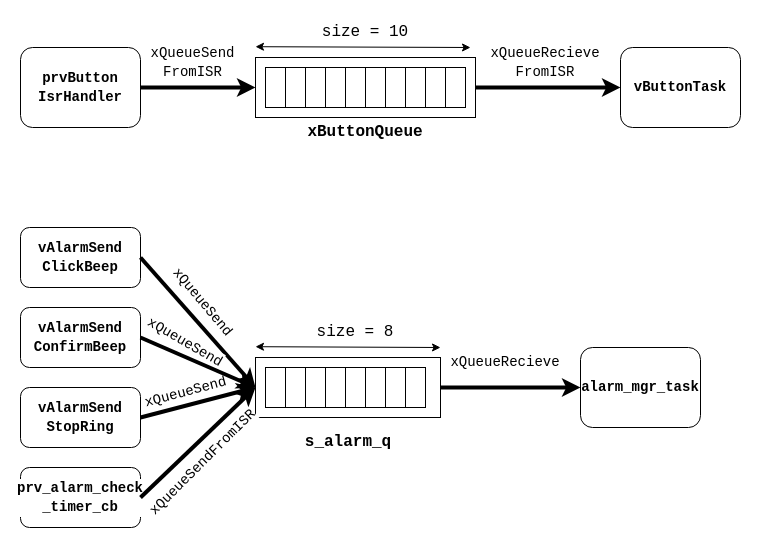
The draw.io diagram page "Queue" (13 of 17) of UML.drawio in 106210049/CK_RTOS, before the edit. Source tidied: cells renumbered, new cells numbered last; positions are measured from the earlier drawing's top-left corner, leaving out a move shared by most shapes. Both pictures are drawn from the tidied source at 100%, with x=0, y=0 at pixel (20, 17).
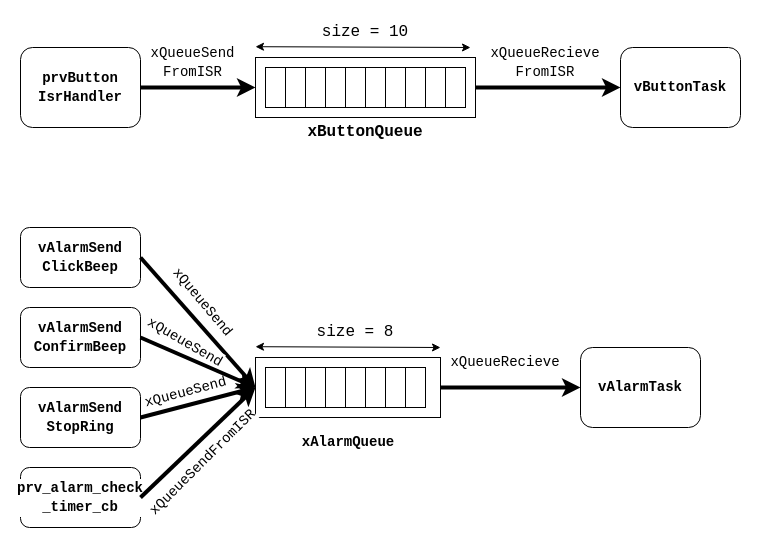
After the change.

What changed in the source:
```diff
@@
-    <mxCell id="26" value="&lt;div style=&quot;background-color: rgb(255, 255, 255); font-family: Consolas, &amp;quot;Courier New&amp;quot;, monospace; font-size: 14px; line-height: 19px; white-space: pre;&quot;&gt;&lt;div style=&quot;line-height: 19px;&quot;&gt;&lt;div style=&quot;line-height: 19px;&quot;&gt;&lt;font style=&quot;color: rgb(0, 0, 0);&quot;&gt;&lt;b&gt;alarm_mgr_task&lt;/b&gt;&lt;/font&gt;&lt;/div&gt;&lt;/div&gt;&lt;/div&gt;" style="rounded=1;whiteSpace=wrap;html=1;" parent="1" vertex="1">
+    <mxCell id="26" value="&lt;div style=&quot;background-color: rgb(255, 255, 255); font-family: Consolas, &amp;quot;Courier New&amp;quot;, monospace; font-size: 14px; line-height: 19px; white-space: pre;&quot;&gt;&lt;div style=&quot;line-height: 19px;&quot;&gt;&lt;div style=&quot;line-height: 19px;&quot;&gt;&lt;font style=&quot;color: rgb(0, 0, 0);&quot;&gt;&lt;b&gt;vAlarmTask&lt;/b&gt;&lt;/font&gt;&lt;/div&gt;&lt;/div&gt;&lt;/div&gt;" style="rounded=1;whiteSpace=wrap;html=1;" parent="1" vertex="1">
       <mxGeometry x="560" y="330" width="120" height="80" as="geometry" />
     </mxCell>
@@
-    <mxCell id="40" value="&lt;div style=&quot;background-color: rgb(255, 255, 255); font-family: Consolas, &amp;quot;Courier New&amp;quot;, monospace; line-height: 19px; white-space: pre;&quot;&gt;&lt;div style=&quot;line-height: 19px;&quot;&gt;&lt;div style=&quot;line-height: 19px;&quot;&gt;&lt;font style=&quot;font-size: 16px;&quot;&gt;&lt;b&gt;s_alarm_q&lt;/b&gt;&lt;/font&gt;&lt;/div&gt;&lt;/div&gt;&lt;/div&gt;" style="text;html=1;whiteSpace=wrap;strokeColor=none;fillColor=none;align=center;verticalAlign=middle;rounded=0;" parent="1" vertex="1">
+    <mxCell id="40" value="&lt;div style=&quot;background-color: rgb(255, 255, 255); font-family: Consolas, &amp;quot;Courier New&amp;quot;, monospace; line-height: 19px; white-space: pre;&quot;&gt;&lt;div style=&quot;line-height: 19px;&quot;&gt;&lt;div style=&quot;line-height: 19px;&quot;&gt;&lt;div style=&quot;font-size: 14px; line-height: 19px;&quot;&gt;&lt;font style=&quot;color: rgb(0, 0, 0);&quot;&gt;&lt;b&gt;xAlarmQueue&lt;/b&gt;&lt;/font&gt;&lt;/div&gt;&lt;/div&gt;&lt;/div&gt;&lt;/div&gt;" style="text;html=1;whiteSpace=wrap;strokeColor=none;fillColor=none;align=center;verticalAlign=middle;rounded=0;" parent="1" vertex="1">
       <mxGeometry x="262.5" y="410" width="130" height="30" as="geometry" />
     </mxCell>
```
